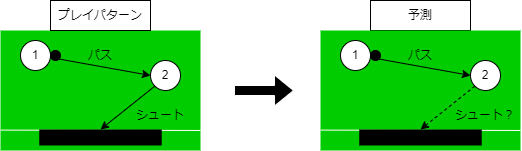
Before: 2/pattern_prediction.png, a diagram exported from draw.io (SuperTikuwa/thesis-images). Source tidied: cells renumbered, new cells last; positions are measured from the earlier drawing's top-left corner, leaving out a move shared by most shapes.
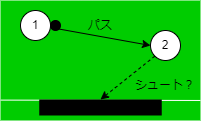
After the commit.

What changed in the source:
```diff
@@ -2,80 +2,38 @@
   <root>
     <mxCell id="0" />
     <mxCell id="1" parent="0" />
-    <mxCell id="2" style="group;" parent="1" vertex="1">
-      <mxGeometry y="30" width="200" height="120" as="geometry" />
-    </mxCell>
-    <mxCell id="3" style="whiteSpace=wrap;html=1;strokeColor=none;fillColor=#00CC00;" parent="2" vertex="1">
-      <mxGeometry width="200" height="120" as="geometry" />
-    </mxCell>
-    <mxCell id="4" value="1" style="ellipse;whiteSpace=wrap;html=1;" parent="2" vertex="1">
-      <mxGeometry x="20" y="10" width="30" height="30" as="geometry" />
-    </mxCell>
-    <mxCell id="5" value="2" style="ellipse;whiteSpace=wrap;html=1;" parent="2" vertex="1">
-      <mxGeometry x="150" y="30" width="30" height="30" as="geometry" />
-    </mxCell>
-    <mxCell id="6" style="ellipse;whiteSpace=wrap;html=1;fillColor=#000000;" parent="2" vertex="1">
-      <mxGeometry x="50" y="20" width="10" height="10" as="geometry" />
-    </mxCell>
-    <mxCell id="7" style="endArrow=classic;html=1;rounded=0;exitX=1;exitY=1;exitDx=0;exitDy=0;entryX=0;entryY=0.5;entryDx=0;entryDy=0;" parent="2" edge="1" source="6" target="5">
-      <mxGeometry relative="1" as="geometry" />
-    </mxCell>
-    <mxCell id="8" style="endArrow=none;html=1;rounded=0;exitX=0.001;exitY=0.83;exitDx=0;exitDy=0;exitPerimeter=0;entryX=1;entryY=0.833;entryDx=0;entryDy=0;entryPerimeter=0;strokeColor=#FFFFFF;" parent="2" edge="1" source="3" target="3">
-      <mxGeometry relative="1" as="geometry" />
-    </mxCell>
-    <mxCell id="9" style="rounded=0;whiteSpace=wrap;html=1;strokeColor=none;fillColor=#000000;" parent="2" vertex="1">
-      <mxGeometry x="38.8" y="99" width="122.5" height="16" as="geometry" />
-    </mxCell>
-    <mxCell id="10" style="endArrow=classic;html=1;rounded=0;exitX=0;exitY=1;exitDx=0;exitDy=0;entryX=0.5;entryY=0;entryDx=0;entryDy=0;" parent="2" edge="1" source="5" target="9">
-      <mxGeometry relative="1" as="geometry" />
-    </mxCell>
-    <mxCell id="11" value="パス" style="text;html=1;strokeColor=none;fillColor=none;align=center;verticalAlign=middle;whiteSpace=wrap;rounded=0;" parent="2" vertex="1">
-      <mxGeometry x="70" y="10" width="60" height="30" as="geometry" />
-    </mxCell>
-    <mxCell id="12" value="シュート" style="text;html=1;strokeColor=none;fillColor=none;align=center;verticalAlign=middle;whiteSpace=wrap;rounded=0;" parent="2" vertex="1">
-      <mxGeometry x="130" y="70" width="60" height="30" as="geometry" />
-    </mxCell>
-    <mxCell id="13" style="shape=flexArrow;endArrow=classic;html=1;rounded=0;strokeColor=#FFFFFF;fillColor=#000000;" parent="1" edge="1">
-      <mxGeometry relative="1" as="geometry">
-        <mxPoint x="233.5" y="90" as="sourcePoint" />
-        <mxPoint x="293.5" y="90" as="targetPoint" />
-      </mxGeometry>
-    </mxCell>
-    <mxCell id="14" value="プレイパターン" style="rounded=0;whiteSpace=wrap;html=1;strokeColor=#000000;fillColor=#FFFFFF;" parent="1" vertex="1">
-      <mxGeometry x="50" width="100" height="30" as="geometry" />
-    </mxCell>
-    <mxCell id="15" value="予測" style="rounded=0;whiteSpace=wrap;html=1;strokeColor=#000000;fillColor=#FFFFFF;" parent="1" vertex="1">
-      <mxGeometry x="370" width="100" height="30" as="geometry" />
-    </mxCell>
+    <mxCell id="26" style="group;" parent="1" vertex="1">
+      <mxGeometry x="20" y="-10" width="200" height="120" as="geometry" />
+    </mxCell>
-    <mxCell id="16" style="whiteSpace=wrap;html=1;strokeColor=none;fillColor=#00CC00;" parent="1" vertex="1">
-      <mxGeometry x="320" y="30" width="200" height="120" as="geometry" />
+    <mxCell id="16" style="whiteSpace=wrap;html=1;strokeColor=none;fillColor=#00CC00;" parent="26" vertex="1">
+      <mxGeometry width="200" height="120" as="geometry" />
     </mxCell>
-    <mxCell id="17" value="1" style="ellipse;whiteSpace=wrap;html=1;" parent="1" vertex="1">
-      <mxGeometry x="340" y="40" width="30" height="30" as="geometry" />
+    <mxCell id="17" value="1" style="ellipse;whiteSpace=wrap;html=1;" parent="26" vertex="1">
+      <mxGeometry x="20" y="10" width="30" height="30" as="geometry" />
     </mxCell>
-    <mxCell id="18" value="2" style="ellipse;whiteSpace=wrap;html=1;" parent="1" vertex="1">
-      <mxGeometry x="470" y="60" width="30" height="30" as="geometry" />
+    <mxCell id="18" value="2" style="ellipse;whiteSpace=wrap;html=1;" parent="26" vertex="1">
+      <mxGeometry x="150" y="30" width="30" height="30" as="geometry" />
     </mxCell>
-    <mxCell id="19" style="ellipse;whiteSpace=wrap;html=1;fillColor=#000000;" parent="1" vertex="1">
-      <mxGeometry x="370" y="50" width="10" height="10" as="geometry" />
+    <mxCell id="19" style="ellipse;whiteSpace=wrap;html=1;fillColor=#000000;" parent="26" vertex="1">
+      <mxGeometry x="50" y="20" width="10" height="10" as="geometry" />
     </mxCell>
-    <mxCell id="20" style="endArrow=classic;html=1;rounded=0;exitX=1;exitY=1;exitDx=0;exitDy=0;entryX=0;entryY=0.5;entryDx=0;entryDy=0;" parent="1" edge="1" source="19" target="18">
+    <mxCell id="20" style="endArrow=classic;html=1;rounded=0;exitX=1;exitY=1;exitDx=0;exitDy=0;entryX=0;entryY=0.5;entryDx=0;entryDy=0;" parent="26" edge="1" source="19" target="18">
       <mxGeometry relative="1" as="geometry" />
     </mxCell>
-    <mxCell id="21" style="endArrow=none;html=1;rounded=0;exitX=0.001;exitY=0.83;exitDx=0;exitDy=0;exitPerimeter=0;entryX=1;entryY=0.833;entryDx=0;entryDy=0;entryPerimeter=0;strokeColor=#FFFFFF;" parent="1" edge="1" source="16" target="16">
+    <mxCell id="21" style="endArrow=none;html=1;rounded=0;exitX=0.001;exitY=0.83;exitDx=0;exitDy=0;exitPerimeter=0;entryX=1;entryY=0.833;entryDx=0;entryDy=0;entryPerimeter=0;strokeColor=#FFFFFF;" parent="26" edge="1" source="16" target="16">
       <mxGeometry relative="1" as="geometry" />
     </mxCell>
-    <mxCell id="22" style="rounded=0;whiteSpace=wrap;html=1;strokeColor=none;fillColor=#000000;" parent="1" vertex="1">
-      <mxGeometry x="358.8" y="129" width="122.5" height="16" as="geometry" />
+    <mxCell id="22" style="rounded=0;whiteSpace=wrap;html=1;strokeColor=none;fillColor=#000000;" parent="26" vertex="1">
+      <mxGeometry x="38.8" y="99" width="122.5" height="16" as="geometry" />
     </mxCell>
-    <mxCell id="23" style="endArrow=classic;html=1;rounded=0;exitX=0;exitY=1;exitDx=0;exitDy=0;entryX=0.5;entryY=0;entryDx=0;entryDy=0;dashed=1;" parent="1" edge="1" source="18" target="22">
+    <mxCell id="23" style="endArrow=classic;html=1;rounded=0;exitX=0;exitY=1;exitDx=0;exitDy=0;entryX=0.5;entryY=0;entryDx=0;entryDy=0;dashed=1;" parent="26" edge="1" source="18" target="22">
       <mxGeometry relative="1" as="geometry" />
     </mxCell>
-    <mxCell id="24" value="パス" style="text;html=1;strokeColor=none;fillColor=none;align=center;verticalAlign=middle;whiteSpace=wrap;rounded=0;" parent="1" vertex="1">
-      <mxGeometry x="390" y="40" width="60" height="30" as="geometry" />
+    <mxCell id="24" value="パス" style="text;html=1;strokeColor=none;fillColor=none;align=center;verticalAlign=middle;whiteSpace=wrap;rounded=0;" parent="26" vertex="1">
+      <mxGeometry x="70" y="10" width="60" height="30" as="geometry" />
     </mxCell>
-    <mxCell id="25" value="シュート？" style="text;html=1;strokeColor=none;fillColor=none;align=center;verticalAlign=middle;whiteSpace=wrap;rounded=0;" parent="1" vertex="1">
-      <mxGeometry x="450" y="100" width="70" height="30" as="geometry" />
+    <mxCell id="25" value="シュート？" style="text;html=1;strokeColor=none;fillColor=none;align=center;verticalAlign=middle;whiteSpace=wrap;rounded=0;" parent="26" vertex="1">
+      <mxGeometry x="130" y="70" width="70" height="30" as="geometry" />
     </mxCell>
   </root>
 </mxGraphModel>
```
